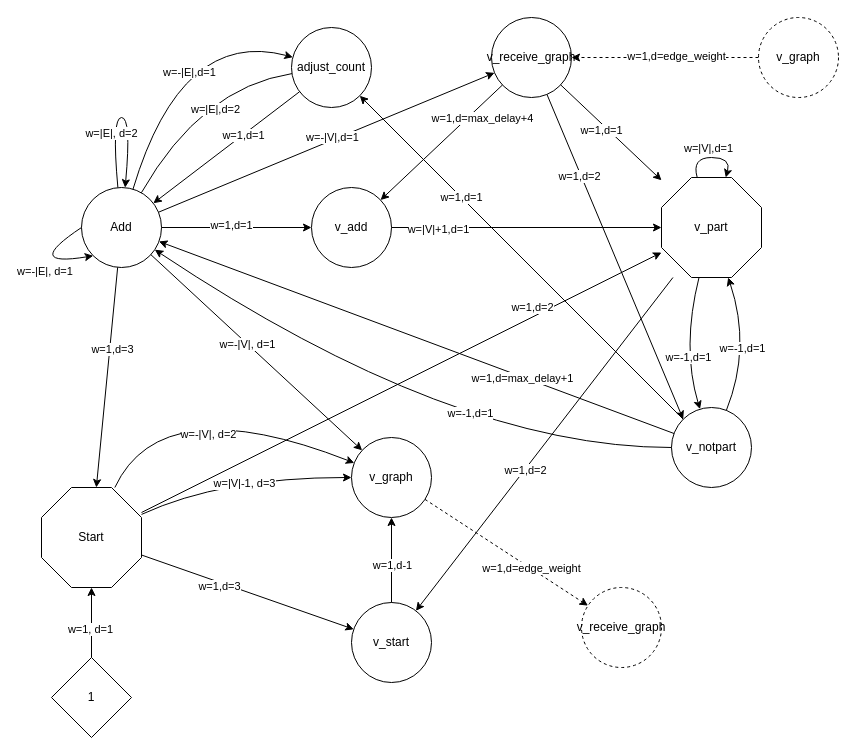
The draw.io diagram MaST/MaST.drawio in TSpeel/SNN-WPP, before the edit. Source tidied: cells renumbered, new cells numbered last; positions are measured from the earlier drawing's top-left corner, leaving out a move shared by most shapes. Both pictures are drawn from the tidied source at 100%, with x=0, y=0 at pixel (21, 17).
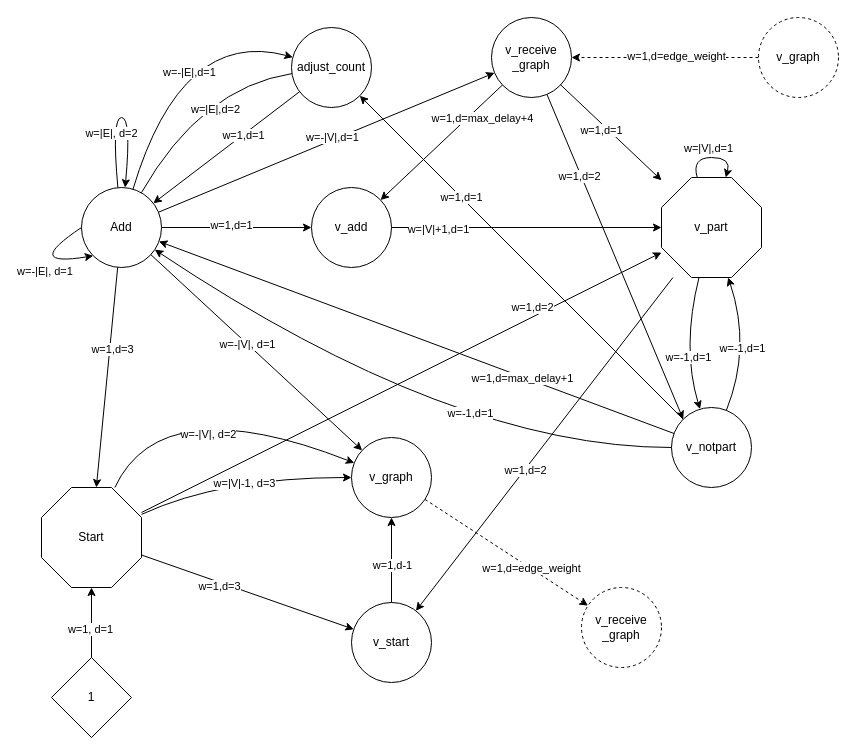
The same page after the edit.

The edit, as a diff of the source:
```diff
@@
-    <mxCell id="39" value="v_receive_graph" style="ellipse;whiteSpace=wrap;html=1;" parent="1" vertex="1">
+    <mxCell id="39" value="v_receive&lt;div&gt;_graph&lt;/div&gt;" style="ellipse;whiteSpace=wrap;html=1;" parent="1" vertex="1">
       <mxGeometry x="470" width="80" height="80" as="geometry" />
     </mxCell>
@@
-    <mxCell id="59" value="v_receive_graph" style="ellipse;whiteSpace=wrap;html=1;dashed=1;" parent="1" vertex="1">
+    <mxCell id="59" value="v_receive&lt;div&gt;_graph&lt;/div&gt;" style="ellipse;whiteSpace=wrap;html=1;dashed=1;" parent="1" vertex="1">
       <mxGeometry x="560" y="570" width="80" height="80" as="geometry" />
     </mxCell>
```
